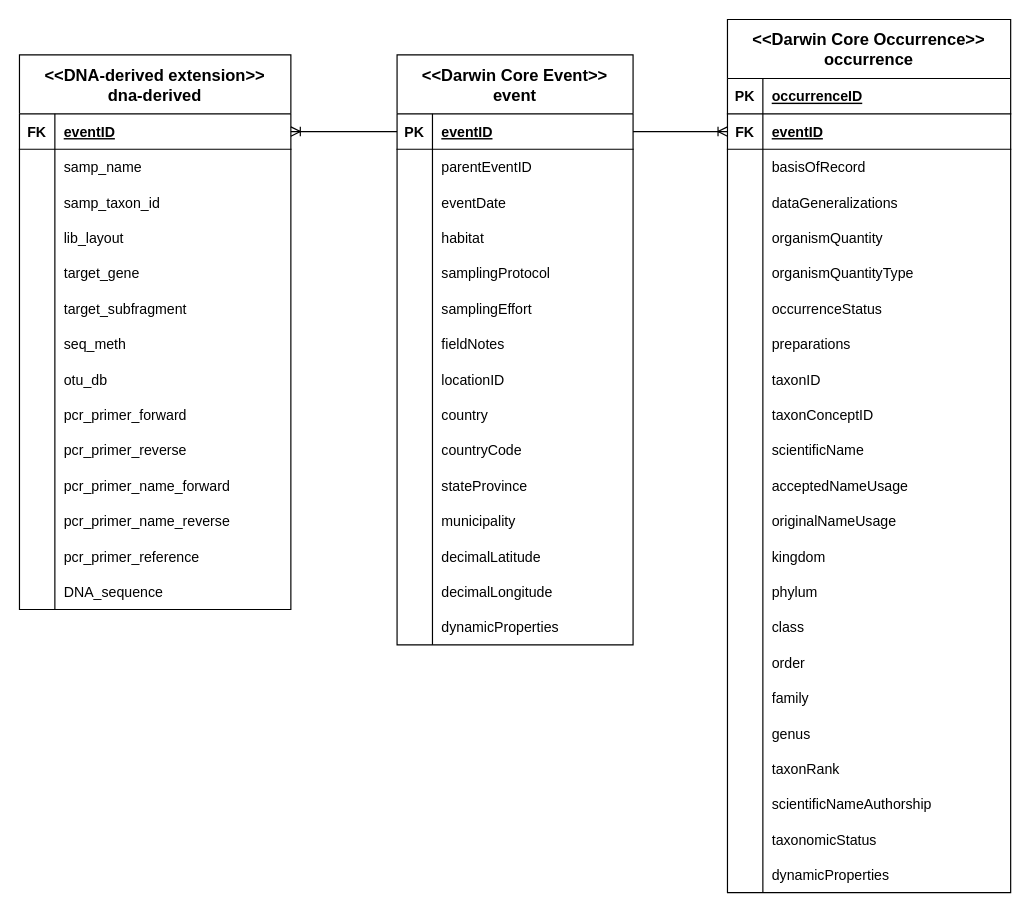
The draw.io diagram page "oulanka-event" (2 of 4) of workflow.drawio in joelclim/mycopins-workflow, before the edit. Source tidied: cells renumbered, new cells numbered last; positions are measured from the earlier drawing's top-left corner, leaving out a move shared by most shapes. Both pictures are drawn from the tidied source at 118%, with x=0, y=0 at pixel (19, 19).
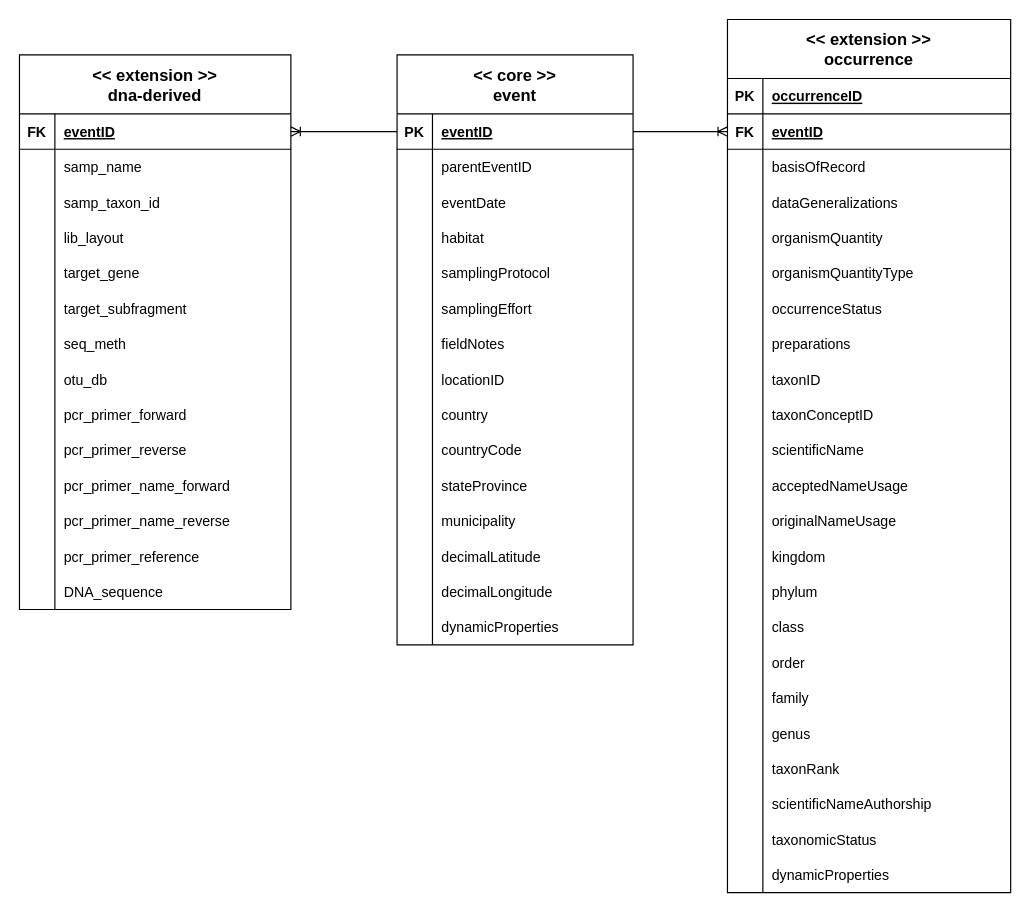
After the change.

Commit message (it also covers changes not shown here):
Refactor gbif scripts. Add gbif occurrence core.

The edit, as a diff of the source:
```diff
@@
-    <mxCell id="2" value="&lt;&lt;Darwin Core Event&gt;&gt;&#10;event" style="shape=table;startSize=50;childLayout=tableLayout;rowLines=0;fontStyle=1;align=center;fontSize=14;" parent="1" vertex="1">
+    <mxCell id="2" value="&lt;&lt; core &gt;&gt;&#10;event" style="shape=table;startSize=50;childLayout=tableLayout;rowLines=0;fontStyle=1;align=center;fontSize=14;" parent="1" vertex="1">
       <mxGeometry x="320" y="30" width="200" height="500" as="geometry" />
     </mxCell>
@@
-    <mxCell id="48" value="&lt;&lt;Darwin Core Occurrence&gt;&gt;&#10;occurrence" style="shape=table;startSize=50;childLayout=tableLayout;rowLines=0;fontStyle=1;align=center;fontSize=14;" parent="1" vertex="1">
+    <mxCell id="48" value="&lt;&lt; extension &gt;&gt;&#10;occurrence" style="shape=table;startSize=50;childLayout=tableLayout;rowLines=0;fontStyle=1;align=center;fontSize=14;" parent="1" vertex="1">
       <mxGeometry x="600" width="240" height="740" as="geometry" />
     </mxCell>
@@
-    <mxCell id="119" value="&lt;&lt;DNA-derived extension&gt;&gt;&#10;dna-derived" style="shape=table;startSize=50;childLayout=tableLayout;rowLines=0;fontStyle=1;align=center;fontSize=14;" parent="1" vertex="1">
+    <mxCell id="119" value="&lt;&lt; extension &gt;&gt;&#10;dna-derived" style="shape=table;startSize=50;childLayout=tableLayout;rowLines=0;fontStyle=1;align=center;fontSize=14;" parent="1" vertex="1">
       <mxGeometry y="30" width="230" height="470" as="geometry" />
     </mxCell>
```
